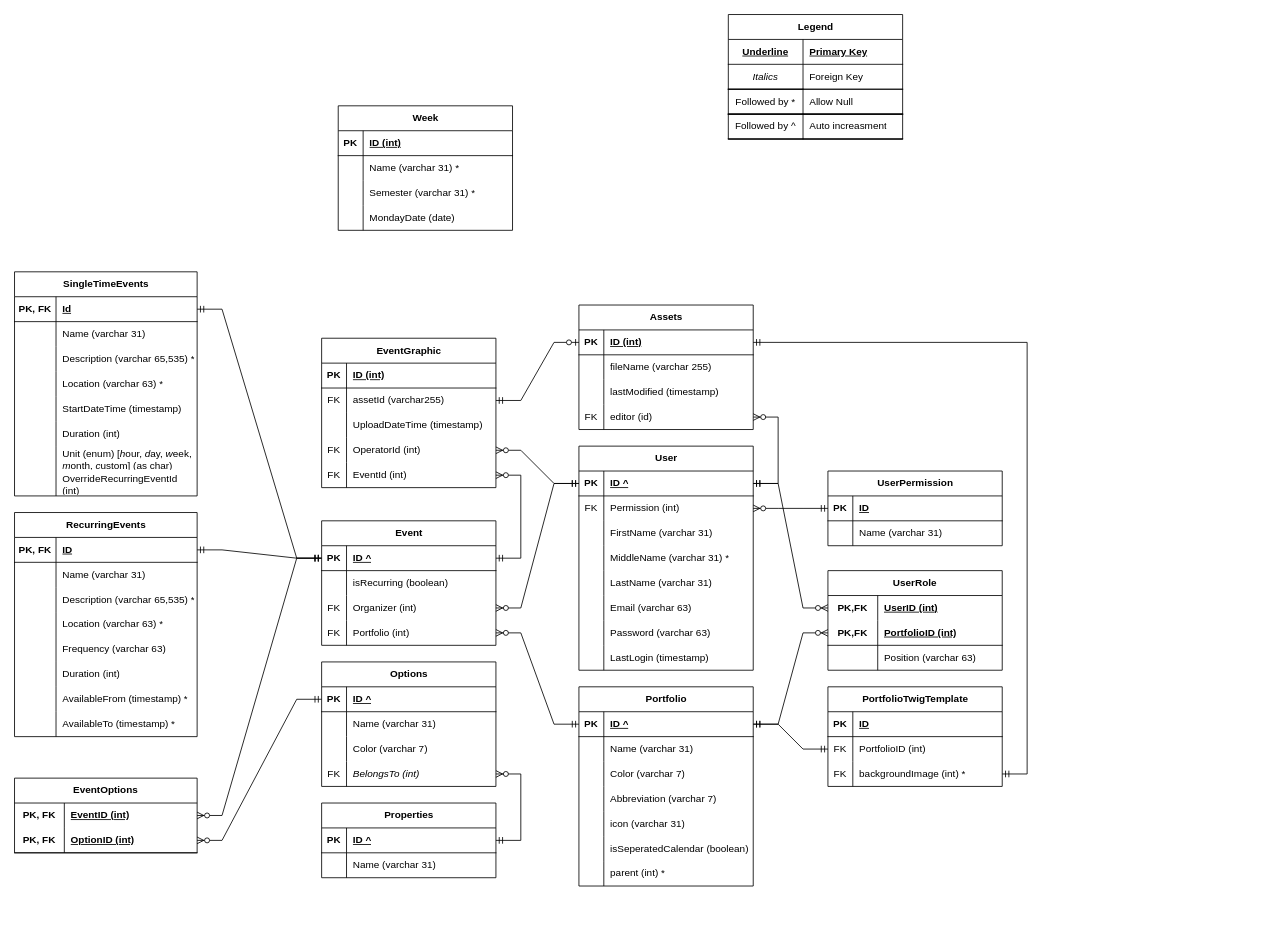
Above: design/eTWIG.ER.drawio in stewebb/eTWIG (draw.io), before the change. Source tidied: cells renumbered, new cells numbered last; positions are measured from the earlier drawing's top-left corner, leaving out a move shared by most shapes. Both pictures are drawn from the tidied source at 83%, with x=0, y=0 at pixel (14, 14).
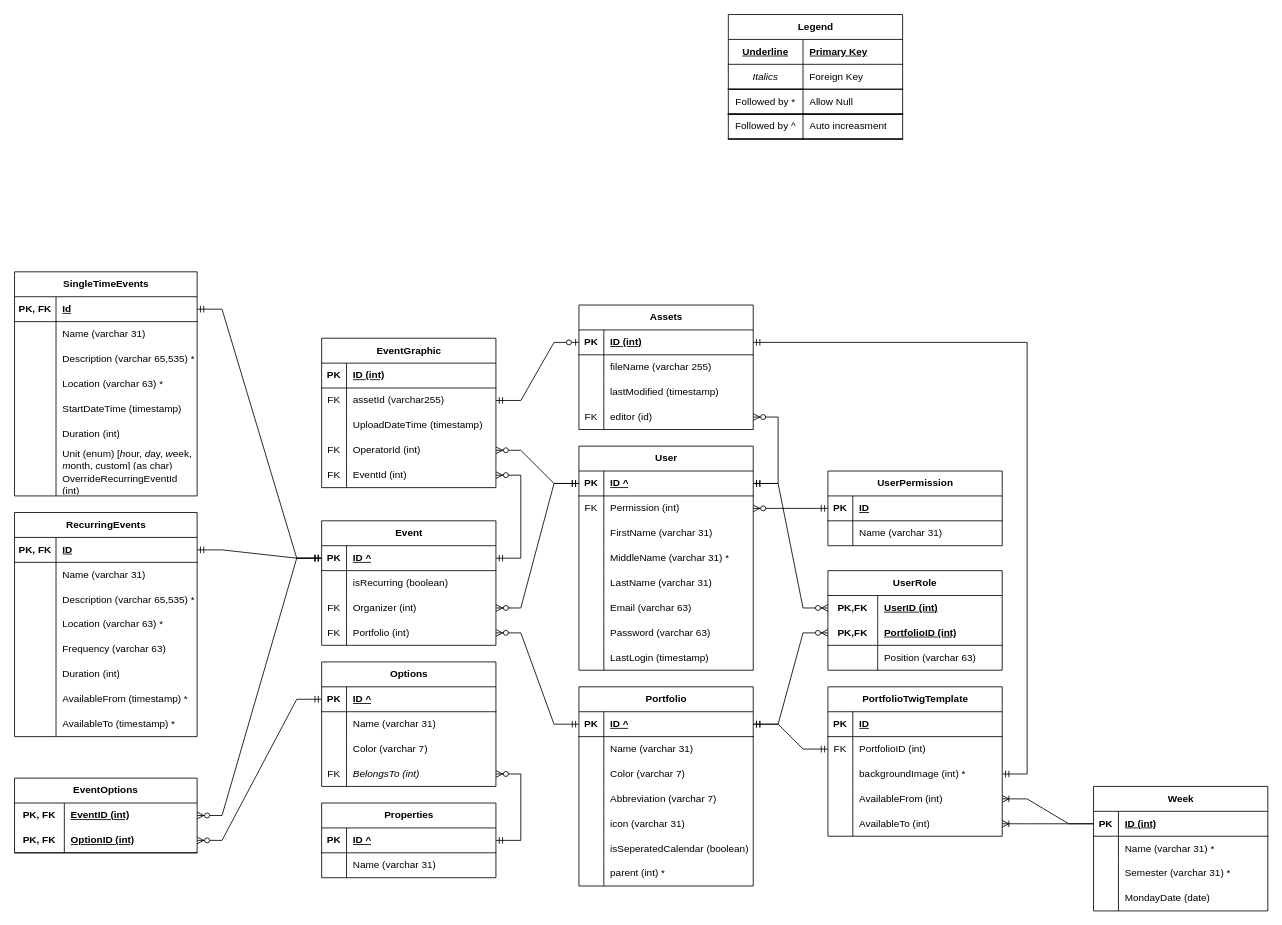
Above is the later version.

The change refers to these unchanged cells:
```xml
<mxCell id="3" style="shape=tableRow;horizontal=0;startSize=0;swimlaneHead=0;swimlaneBody=0;fillColor=none;points=[[0,0.5],[1,0.5]];portConstraint=eastwest;top=0;left=0;right=0;bottom=1;" parent="2" vertex="1">
  <mxGeometry y="30" width="210" height="30" as="geometry" />
</mxCell>
<mxCell id="234" style="shape=tableRow;horizontal=0;startSize=0;swimlaneHead=0;swimlaneBody=0;fillColor=none;points=[[0,0.5],[1,0.5]];portConstraint=eastwest;top=0;left=0;right=0;bottom=0;" parent="227" vertex="1">
  <mxGeometry y="90" width="210" height="30" as="geometry" />
</mxCell>
```

Change to the diagram source:
```diff
@@
     <mxCell id="2" value="Week" style="shape=table;startSize=30;childLayout=tableLayout;rowLines=0;fontStyle=1;align=center;html=1;" parent="1" vertex="1">
-      <mxGeometry x="390" y="110" width="210" height="150" as="geometry" />
+      <mxGeometry x="1300" y="930" width="210" height="150" as="geometry" />
     </mxCell>
@@
     <mxCell id="227" value="PortfolioTwigTemplate" style="shape=table;startSize=30;childLayout=tableLayout;rowLines=0;fontStyle=1;align=center;html=1;" parent="1" vertex="1">
-      <mxGeometry x="980" y="810" width="210" height="120" as="geometry" />
+      <mxGeometry x="980" y="810" width="210" height="180" as="geometry" />
     </mxCell>
@@
-    <mxCell id="235" value="FK" style="shape=partialRectangle;fillColor=none;top=0;left=0;bottom=0;right=0;overflow=hidden;whiteSpace=wrap;html=1;" parent="234" vertex="1">
+    <mxCell id="235" style="shape=partialRectangle;fillColor=none;top=0;left=0;bottom=0;right=0;overflow=hidden;whiteSpace=wrap;html=1;" parent="234" vertex="1">
       <mxGeometry width="30" height="30" as="geometry" />
     </mxCell>
@@
+    <mxCell id="237" style="shape=tableRow;horizontal=0;startSize=0;swimlaneHead=0;swimlaneBody=0;fillColor=none;points=[[0,0.5],[1,0.5]];portConstraint=eastwest;top=0;left=0;right=0;bottom=0;" parent="227" vertex="1">
+      <mxGeometry y="120" width="210" height="30" as="geometry" />
+    </mxCell>
+    <mxCell id="238" style="shape=partialRectangle;fillColor=none;top=0;left=0;bottom=0;right=0;overflow=hidden;whiteSpace=wrap;html=1;" parent="237" vertex="1">
+      <mxGeometry width="30" height="30" as="geometry" />
+    </mxCell>
+    <mxCell id="239" value="&lt;span style=&quot;color: rgb(0, 0, 0); font-family: Helvetica; font-size: 12px; font-style: normal; font-variant-ligatures: normal; font-variant-caps: normal; font-weight: 400; letter-spacing: normal; orphans: 2; text-align: left; text-indent: 0px; text-transform: none; widows: 2; word-spacing: 0px; -webkit-text-stroke-width: 0px; background-color: rgb(251, 251, 251); text-decoration-thickness: initial; text-decoration-style: initial; text-decoration-color: initial; float: none; display: inline !important;&quot;&gt;AvailableFrom (int)&lt;/span&gt;" style="shape=partialRectangle;fillColor=none;top=0;left=0;bottom=0;right=0;align=left;spacingLeft=6;overflow=hidden;whiteSpace=wrap;html=1;" parent="237" vertex="1">
+      <mxGeometry x="30" width="180" height="30" as="geometry" />
+    </mxCell>
+    <mxCell id="240" style="shape=tableRow;horizontal=0;startSize=0;swimlaneHead=0;swimlaneBody=0;fillColor=none;points=[[0,0.5],[1,0.5]];portConstraint=eastwest;top=0;left=0;right=0;bottom=0;" parent="227" vertex="1">
+      <mxGeometry y="150" width="210" height="30" as="geometry" />
+    </mxCell>
+    <mxCell id="241" style="shape=partialRectangle;fillColor=none;top=0;left=0;bottom=0;right=0;overflow=hidden;whiteSpace=wrap;html=1;" parent="240" vertex="1">
+      <mxGeometry width="30" height="30" as="geometry" />
+    </mxCell>
+    <mxCell id="242" value="AvailableTo (int)" style="shape=partialRectangle;fillColor=none;top=0;left=0;bottom=0;right=0;align=left;spacingLeft=6;overflow=hidden;whiteSpace=wrap;html=1;" parent="240" vertex="1">
+      <mxGeometry x="30" width="180" height="30" as="geometry" />
+    </mxCell>
+    <mxCell id="243" style="edgeStyle=entityRelationEdgeStyle;fontSize=12;html=1;endArrow=ERoneToMany;rounded=0;exitX=0;exitY=0.5;exitDx=0;exitDy=0;entryX=1;entryY=0.5;entryDx=0;entryDy=0;" parent="1" edge="1" source="3" target="237">
+      <mxGeometry relative="1" as="geometry" />
+    </mxCell>
+    <mxCell id="244" style="edgeStyle=entityRelationEdgeStyle;fontSize=12;html=1;endArrow=ERoneToMany;rounded=0;entryX=1;entryY=0.5;entryDx=0;entryDy=0;exitX=0;exitY=0.5;exitDx=0;exitDy=0;" parent="1" edge="1" source="3" target="240">
+      <mxGeometry relative="1" as="geometry" />
+    </mxCell>
```
